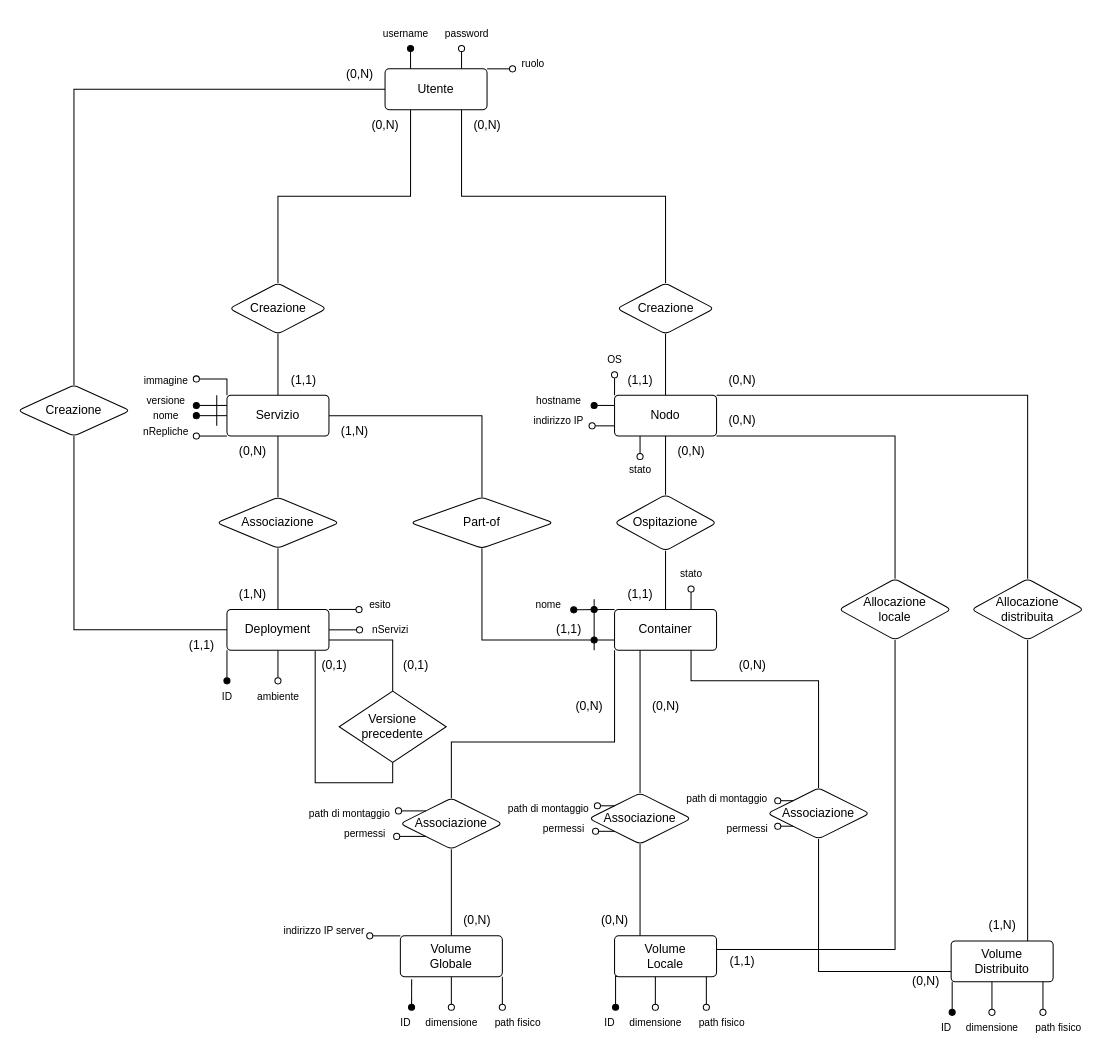
Before: ER_Refurbished.drawio in aledinato/Database-Project-SCP4065533, a draw.io diagram. Source tidied: cells renumbered, new cells numbered last; positions are measured from the earlier drawing's top-left corner, leaving out a move shared by most shapes. Both pictures are drawn from the tidied source at 102%, with x=0, y=0 at pixel (17, 17).
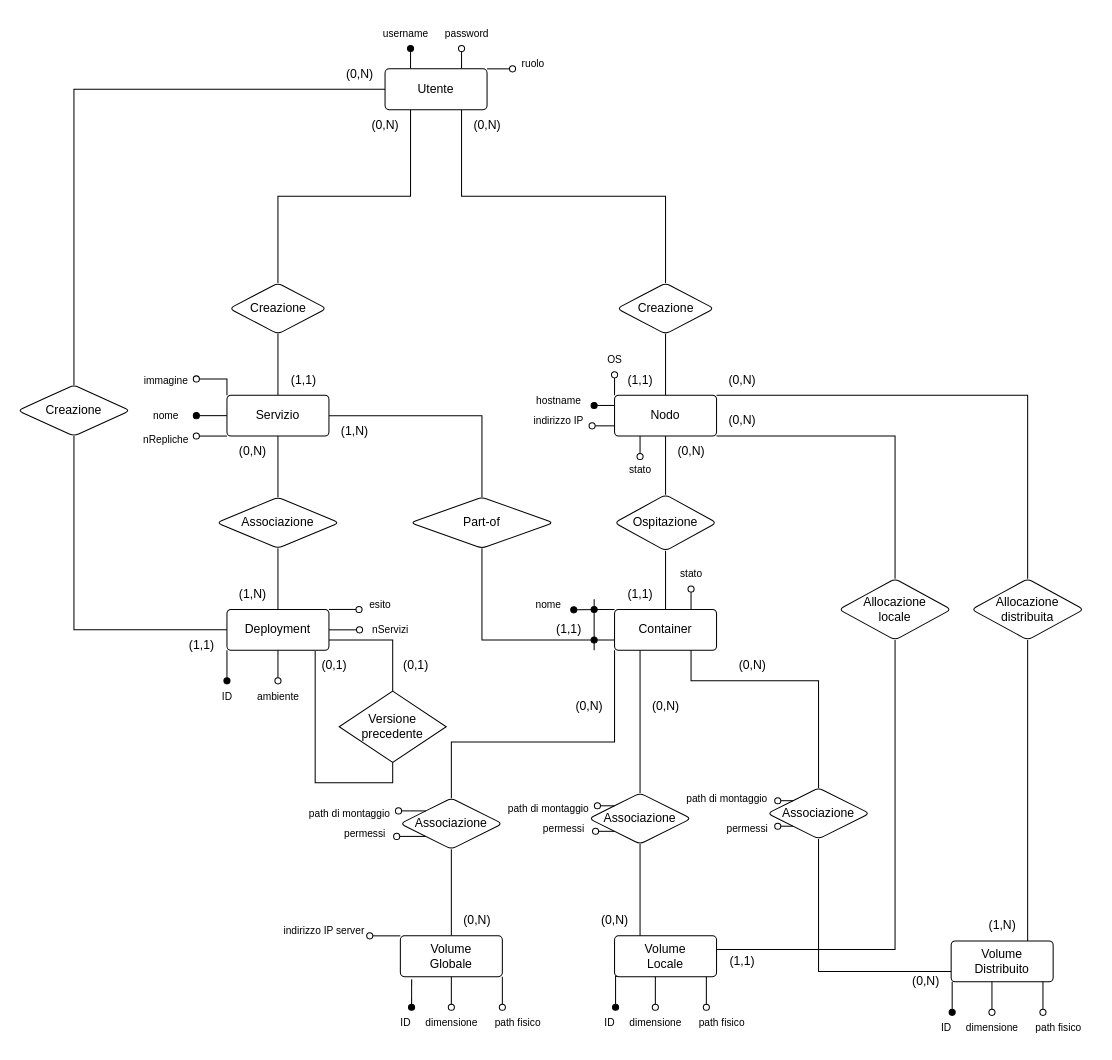
The same page after the edit.

Unchanged cells that the change refers to:
```xml
<mxCell id="23" value="Servizio" style="rounded=1;arcSize=10;whiteSpace=wrap;html=1;align=center;" parent="1" vertex="1">
  <mxGeometry x="205" y="370" width="100" height="40" as="geometry" />
</mxCell>
```

The edit, as a diff of the source:
```diff
@@
-    <mxCell id="20" style="edgeStyle=orthogonalEdgeStyle;rounded=0;jettySize=auto;html=1;exitX=0;exitY=0.25;exitDx=0;exitDy=0;endArrow=oval;endFill=1;" parent="1" edge="1" source="23">
-      <mxGeometry relative="1" as="geometry">
-        <mxPoint x="175" y="380" as="targetPoint" />
-      </mxGeometry>
-    </mxCell>
@@
-    <mxCell id="61" value="versione" style="text;html=1;align=center;verticalAlign=middle;strokeColor=none;fillColor=none;fontSize=10;" parent="1" vertex="1">
-      <mxGeometry x="115" y="360" width="60" height="30" as="geometry" />
-    </mxCell>
-    <mxCell id="62" style="endArrow=none;html=1;rounded=0;" parent="1" edge="1">
-      <mxGeometry relative="1" as="geometry">
-        <mxPoint x="195" y="400" as="sourcePoint" />
-        <mxPoint x="195" y="370" as="targetPoint" />
-      </mxGeometry>
-    </mxCell>
@@
     <mxCell id="65" value="nRepliche" style="text;html=1;align=center;verticalAlign=middle;strokeColor=none;fillColor=none;fontSize=10;" parent="1" vertex="1">
-      <mxGeometry x="110" y="390" width="70" height="30" as="geometry" />
+      <mxGeometry x="110" y="398" width="70" height="30" as="geometry" />
     </mxCell>
```
